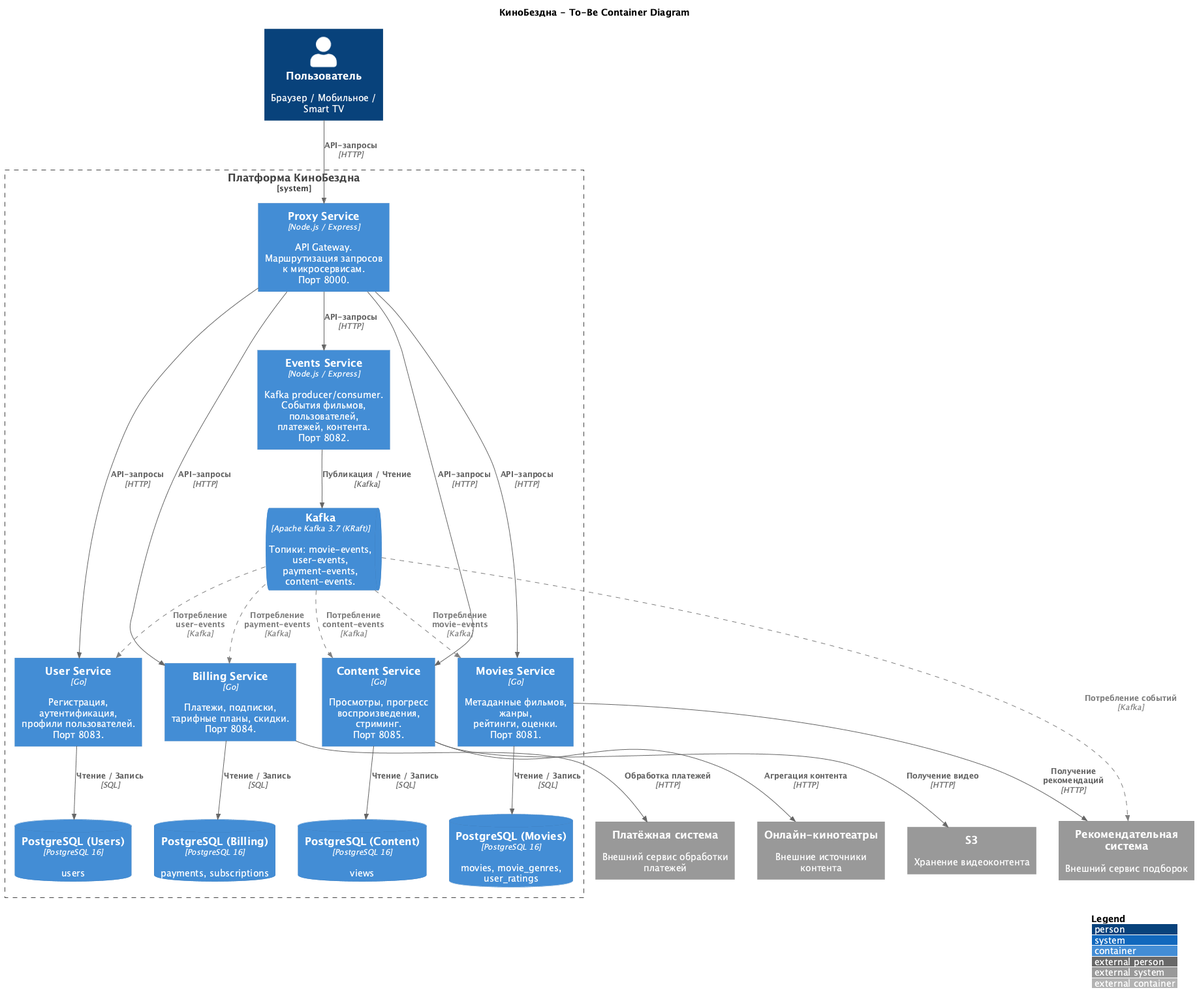
This is docs/c4-container-diagram.png from SiritosKon/architecture-cinemaabyss, a PlantUML export, as it was before one commit.
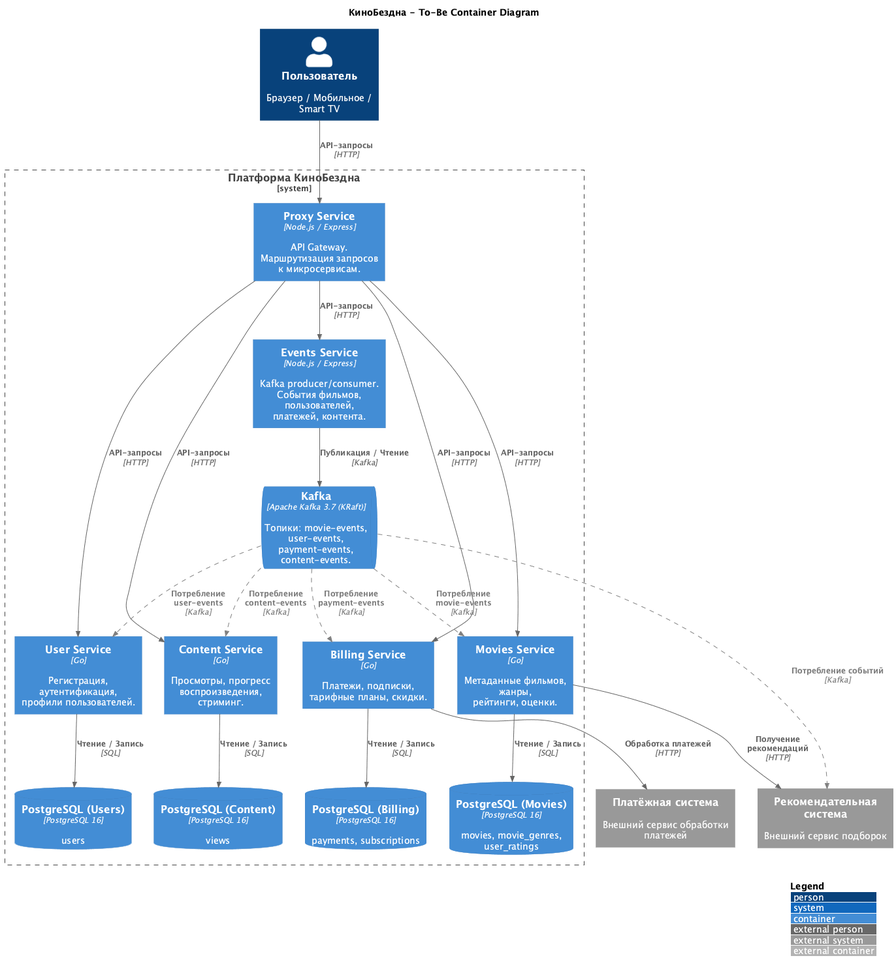
Above is the later version.

Commit message:
fix: remove ports from service blocks, remove S3 and cinemas

The edit, as a diff of the source:
```diff
@@ -11,22 +11,20 @@
 
 System_Ext(recsys, "Рекомендательная система", "Внешний сервис подборок")
 System_Ext(payment, "Платёжная система", "Внешний сервис обработки платежей")
-System_Ext(cinemas, "Онлайн-кинотеатры", "Внешние источники контента")
-System_Ext(s3, "S3", "Хранение видеоконтента")
 
 System_Boundary(platform, "Платформа КиноБездна") {
 
-    Container(proxy, "Proxy Service", "Node.js / Express", "API Gateway.\nМаршрутизация запросов\nк микросервисам.\nПорт 8000.")
+    Container(proxy, "Proxy Service", "Node.js / Express", "API Gateway.\nМаршрутизация запросов\nк микросервисам.")
 
-    Container(users_svc, "User Service", "Go", "Регистрация, аутентификация,\nпрофили пользователей.\nПорт 8083.")
+    Container(users_svc, "User Service", "Go", "Регистрация, аутентификация,\nпрофили пользователей.")
 
-    Container(billing, "Billing Service", "Go", "Платежи, подписки,\nтарифные планы, скидки.\nПорт 8084.")
+    Container(billing, "Billing Service", "Go", "Платежи, подписки,\nтарифные планы, скидки.")
 
-    Container(content, "Content Service", "Go", "Просмотры, прогресс\nвоспроизведения, стриминг.\nПорт 8085.")
+    Container(content, "Content Service", "Go", "Просмотры, прогресс\nвоспроизведения, стриминг.")
 
-    Container(movies, "Movies Service", "Go", "Метаданные фильмов, жанры,\nрейтинги, оценки.\nПорт 8081.")
+    Container(movies, "Movies Service", "Go", "Метаданные фильмов, жанры,\nрейтинги, оценки.")
 
-    Container(events, "Events Service", "Node.js / Express", "Kafka producer/consumer.\nСобытия фильмов, пользователей,\nплатежей, контента.\nПорт 8082.")
+    Container(events, "Events Service", "Node.js / Express", "Kafka producer/consumer.\nСобытия фильмов, пользователей,\nплатежей, контента.")
 
     ContainerDb(postgres_users, "PostgreSQL (Users)", "PostgreSQL 16", "users")
 
@@ -55,8 +53,6 @@
 Rel(events, kafka, "Публикация / Чтение", "Kafka")
 
 Rel(billing, payment, "Обработка платежей", "HTTP")
-Rel(content, s3, "Получение видео", "HTTP")
-Rel(content, cinemas, "Агрегация контента", "HTTP")
 Rel(movies, recsys, "Получение рекомендаций", "HTTP")
 
 Rel(kafka, users_svc, "Потребление user-events", "Kafka", $tags="future")
```
